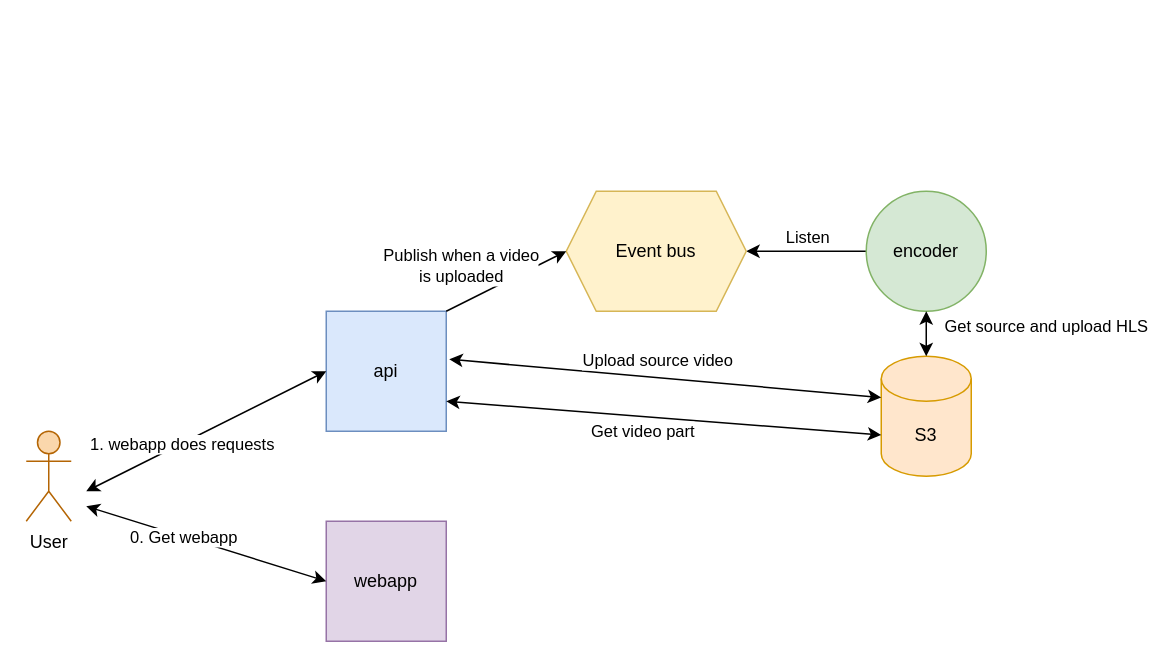
sogilis/Voogle keeps this draw.io diagram as docs/archi/Architecture.drawio. Above is the earlier version. Source tidied: cells renumbered, new cells numbered last; positions are measured from the earlier drawing's top-left corner, leaving out a move shared by most shapes. Both pictures are drawn from the tidied source at 150%, with x=0, y=0 at pixel (26, 190).
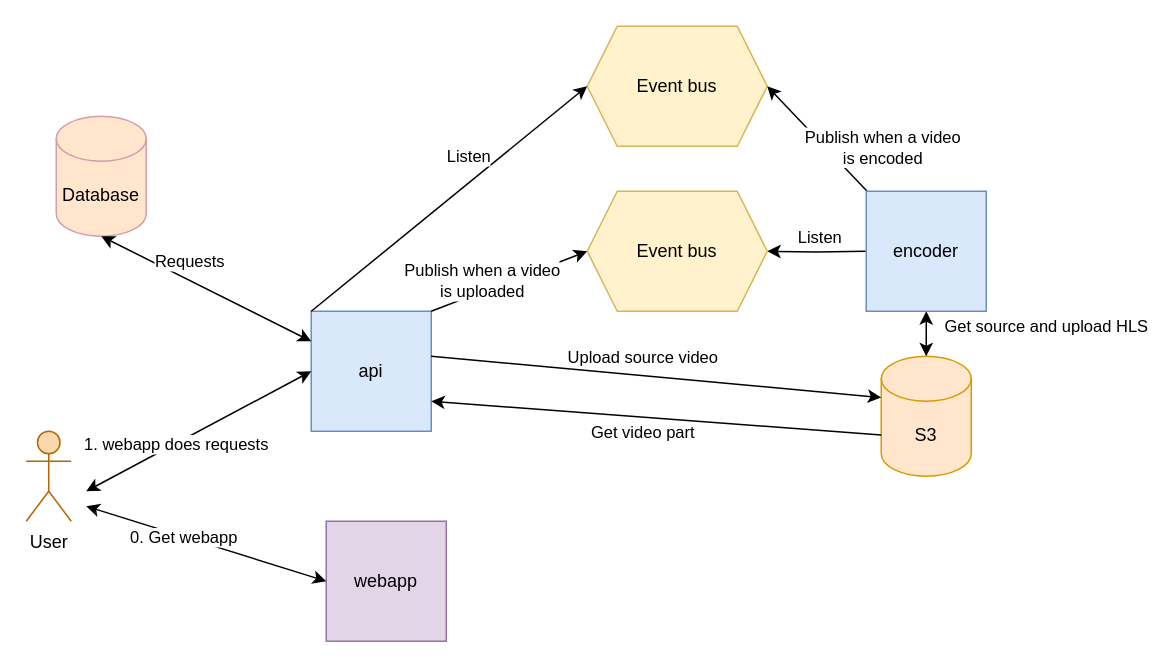
After the change.

Unchanged cells that the change refers to:
```xml
<mxCell id="5" value="S3" style="shape=cylinder3;whiteSpace=wrap;html=1;boundedLbl=1;backgroundOutline=1;size=15;fillColor=#ffe6cc;strokeColor=#d79b00;" parent="1" vertex="1">
  <mxGeometry x="570" y="110" width="60" height="80" as="geometry" />
</mxCell>
<mxCell id="14" style="endArrow=classic;html=1;rounded=0;entryX=0;entryY=0.5;entryDx=0;entryDy=0;exitX=1;exitY=0;exitDx=0;exitDy=0;" parent="1" edge="1" source="4" target="9">
  <mxGeometry relative="1" as="geometry" />
</mxCell>
```

The edit, as a diff of the source:
```diff
@@
     <mxCell id="4" value="&lt;div&gt;api&lt;/div&gt;" style="whiteSpace=wrap;html=1;fillColor=#dae8fc;strokeColor=#6c8ebf;" parent="1" vertex="1">
-      <mxGeometry x="200" y="80" width="80" height="80" as="geometry" />
+      <mxGeometry x="190" y="80" width="80" height="80" as="geometry" />
     </mxCell>
@@
-    <mxCell id="6" style="edgeStyle=orthogonalEdgeStyle;rounded=0;jettySize=auto;html=1;" parent="1" edge="1" source="8" target="9">
-      <mxGeometry relative="1" as="geometry" />
+    <mxCell id="6" style="edgeStyle=orthogonalEdgeStyle;rounded=0;jettySize=auto;html=1;" parent="1" edge="1" target="9">
+      <mxGeometry relative="1" as="geometry">
+        <mxPoint x="560" y="40" as="sourcePoint" />
+      </mxGeometry>
     </mxCell>
@@
-    <mxCell id="8" value="&lt;div&gt;encoder&lt;/div&gt;" style="ellipse;whiteSpace=wrap;html=1;fillColor=#d5e8d4;strokeColor=#82b366;" parent="1" vertex="1">
-      <mxGeometry x="560" width="80" height="80" as="geometry" />
-    </mxCell>
     <mxCell id="9" value="Event bus" style="shape=hexagon;perimeter=hexagonPerimeter2;whiteSpace=wrap;html=1;fixedSize=1;fillColor=#fff2cc;strokeColor=#d6b656;" parent="1" vertex="1">
-      <mxGeometry x="360" width="120" height="80" as="geometry" />
+      <mxGeometry x="374" width="120" height="80" as="geometry" />
     </mxCell>
-    <mxCell id="10" style="endArrow=classic;startArrow=classic;html=1;rounded=0;entryX=0;entryY=0;entryDx=0;entryDy=52.5;entryPerimeter=0;exitX=1;exitY=0.75;exitDx=0;exitDy=0;" parent="1" edge="1" source="4" target="5">
-      <mxGeometry relative="1" as="geometry" />
-    </mxCell>
-    <mxCell id="11" value="&lt;div&gt;Get video part&lt;/div&gt;" style="edgeLabel;html=1;align=center;verticalAlign=middle;" parent="10" vertex="1">
-      <mxGeometry x="-0.21" y="1" relative="1" as="geometry">
-        <mxPoint x="16" y="12" as="offset" />
-      </mxGeometry>
-    </mxCell>
-    <mxCell id="12" style="endArrow=classic;startArrow=classic;html=1;rounded=0;entryX=0;entryY=0;entryDx=0;entryDy=27.5;entryPerimeter=0;exitX=1.025;exitY=0.4;exitDx=0;exitDy=0;exitPerimeter=0;" parent="1" edge="1" source="4" target="5">
-      <mxGeometry relative="1" as="geometry" />
-    </mxCell>
-    <mxCell id="13" value="&lt;div&gt;Upload source video&lt;/div&gt;" style="edgeLabel;html=1;align=center;verticalAlign=middle;" parent="12" vertex="1">
-      <mxGeometry x="-0.24" y="-2" relative="1" as="geometry">
-        <mxPoint x="29" y="-11" as="offset" />
-      </mxGeometry>
-    </mxCell>
@@
     <mxCell id="15" value="Publish when a video&lt;br&gt; is uploaded" style="edgeLabel;html=1;align=center;verticalAlign=middle;" parent="14" vertex="1">
       <mxGeometry x="-0.33" relative="1" as="geometry">
-        <mxPoint x="-17" y="-17" as="offset" />
+        <mxPoint x="-1" y="-7" as="offset" />
       </mxGeometry>
     </mxCell>
@@
-    <mxCell id="20" value="Get source and upload HLS" style="endArrow=classic;startArrow=classic;html=1;rounded=0;entryX=0.5;entryY=1;entryDx=0;entryDy=0;exitX=0.5;exitY=0;exitDx=0;exitDy=0;exitPerimeter=0;" parent="1" edge="1" source="5" target="8">
-      <mxGeometry x="0.33" y="-80" relative="1" as="geometry" />
+    <mxCell id="20" value="Get source and upload HLS" style="endArrow=classic;startArrow=classic;html=1;rounded=0;entryX=0.5;entryY=1;entryDx=0;entryDy=0;exitX=0.5;exitY=0;exitDx=0;exitDy=0;exitPerimeter=0;" parent="1" edge="1" source="5">
+      <mxGeometry x="0.33" y="-80" relative="1" as="geometry">
+        <mxPoint x="600" y="80" as="targetPoint" />
+      </mxGeometry>
     </mxCell>
+    <mxCell id="21" value="Event bus" style="shape=hexagon;perimeter=hexagonPerimeter2;whiteSpace=wrap;html=1;fixedSize=1;fillColor=#fff2cc;strokeColor=#d6b656;" parent="1" vertex="1">
+      <mxGeometry x="374" y="-110" width="120" height="80" as="geometry" />
+    </mxCell>
+    <mxCell id="22" style="endArrow=classic;html=1;rounded=0;entryX=1;entryY=0.5;entryDx=0;entryDy=0;exitX=0;exitY=0;exitDx=0;exitDy=0;" parent="1" edge="1" target="21">
+      <mxGeometry relative="1" as="geometry">
+        <mxPoint x="571.7" y="11.7" as="sourcePoint" />
+      </mxGeometry>
+    </mxCell>
+    <mxCell id="23" value="&lt;div&gt;Publish when a video &lt;br&gt;&lt;/div&gt;&lt;div&gt;is encoded&lt;/div&gt;" style="edgeLabel;html=1;align=center;verticalAlign=middle;" parent="1" vertex="1">
+      <mxGeometry x="570" y="-30" as="geometry" />
+    </mxCell>
+    <mxCell id="24" style="endArrow=classic;html=1;rounded=0;entryX=0;entryY=0.5;entryDx=0;entryDy=0;exitX=0;exitY=0;exitDx=0;exitDy=0;" parent="1" edge="1" source="4" target="21">
+      <mxGeometry relative="1" as="geometry" />
+    </mxCell>
+    <mxCell id="25" value="&lt;div&gt;Listen&lt;/div&gt;" style="edgeLabel;html=1;align=center;verticalAlign=middle;" parent="1" vertex="1">
+      <mxGeometry x="560" y="50" as="geometry">
+        <mxPoint x="-266" y="-74" as="offset" />
+      </mxGeometry>
+    </mxCell>
+    <mxCell id="26" value="Database" style="shape=cylinder3;whiteSpace=wrap;html=1;boundedLbl=1;backgroundOutline=1;size=15;fillColor=#ffe6cc;strokeColor=#d79baa;" parent="1" vertex="1">
+      <mxGeometry x="20" y="-50" width="60" height="80" as="geometry" />
+    </mxCell>
+    <mxCell id="27" style="endArrow=classic;startArrow=classic;html=1;rounded=0;exitX=0;exitY=0.25;exitDx=0;exitDy=0;entryX=0.5;entryY=1;entryDx=0;entryDy=0;entryPerimeter=0;" parent="1" edge="1" source="4" target="26">
+      <mxGeometry relative="1" as="geometry" />
+    </mxCell>
+    <mxCell id="28" style="endArrow=classic;html=1;rounded=0;entryX=0;entryY=0;entryDx=0;entryDy=27.5;entryPerimeter=0;" parent="1" edge="1" target="5">
+      <mxGeometry relative="1" as="geometry">
+        <mxPoint x="270" y="110" as="sourcePoint" />
+      </mxGeometry>
+    </mxCell>
+    <mxCell id="13" value="&lt;div&gt;Upload source video&lt;/div&gt;" style="edgeLabel;html=1;align=center;verticalAlign=middle;" parent="1" vertex="1">
+      <mxGeometry x="410" y="110" as="geometry" />
+    </mxCell>
+    <mxCell id="29" style="endArrow=classic;html=1;rounded=0;exitX=0;exitY=0;exitDx=0;exitDy=52.5;exitPerimeter=0;entryX=1;entryY=0.75;entryDx=0;entryDy=0;" parent="1" edge="1" source="5" target="4">
+      <mxGeometry relative="1" as="geometry" />
+    </mxCell>
+    <mxCell id="11" value="&lt;div&gt;Get video part&lt;/div&gt;" style="edgeLabel;html=1;align=center;verticalAlign=middle;" parent="1" vertex="1">
+      <mxGeometry x="410" y="160" as="geometry" />
+    </mxCell>
+    <mxCell id="30" value="&lt;div&gt;Requests&lt;br&gt;&lt;/div&gt;" style="edgeLabel;html=1;align=center;verticalAlign=middle;" parent="1" vertex="1">
+      <mxGeometry x="374" y="120" as="geometry">
+        <mxPoint x="-266" y="-74" as="offset" />
+      </mxGeometry>
+    </mxCell>
+    <mxCell id="8" value="encoder" style="whiteSpace=wrap;html=1;fillColor=#dae8fc;strokeColor=#6c8ebf;" parent="1" vertex="1">
+      <mxGeometry x="560" width="80" height="80" as="geometry" />
+    </mxCell>
```
